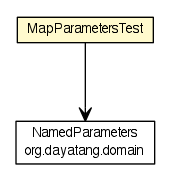
The Graphviz diagram testapidocs/org/dayatang/domain/repository/MapParametersTest.png in dayatang/dddlib, before a commit. Its source is kept beside it as testapidocs/org/dayatang/domain/repository/MapParametersTest.dot.
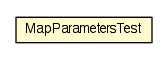
After the change.

Diff of the diagram source:
```diff
@@ -4,16 +4,9 @@
 	node [fontname="Helvetica",fontsize=10,shape=plaintext];
 	nodesep=0.25;
 	ranksep=0.5;
-	c31210 [label=<<table title="org.dayatang.domain.repository.MapParametersTest" border="0" cellborder="1" cellspacing="0" cellpadding="2" port="p" bgcolor="lemonChiffon" href="./MapParametersTest.html">
+	c30887 [label=<<table title="org.dayatang.domain.repository.MapParametersTest" border="0" cellborder="1" cellspacing="0" cellpadding="2" port="p" bgcolor="lemonChiffon" href="./MapParametersTest.html">
 		<tr><td><table border="0" cellspacing="0" cellpadding="1">
 <tr><td align="center" balign="center"> MapParametersTest </td></tr>
 		</table></td></tr>
 		</table>>, URL="./MapParametersTest.html", fontname="Helvetica", fontcolor="black", fontsize=10.0];
-	c31210:p -> c31329:p [taillabel="", label=" "headlabel="", fontname="Helvetica", fontcolor="black", fontsize=10.0, color="black", arrowhead=open];
-	c31329 [label=<<table title="org.dayatang.domain.NamedParameters" border="0" cellborder="1" cellspacing="0" cellpadding="2" port="p" href="http://java.sun.com/j2se/1.4.2/docs/api/org/dayatang/domain/NamedParameters.html">
-		<tr><td><table border="0" cellspacing="0" cellpadding="1">
-<tr><td align="center" balign="center"> NamedParameters </td></tr>
-<tr><td align="center" balign="center"> org.dayatang.domain </td></tr>
-		</table></td></tr>
-		</table>>, URL="http://java.sun.com/j2se/1.4.2/docs/api/org/dayatang/domain/NamedParameters.html", fontname="Helvetica", fontcolor="black", fontsize=10.0];
 }
```
